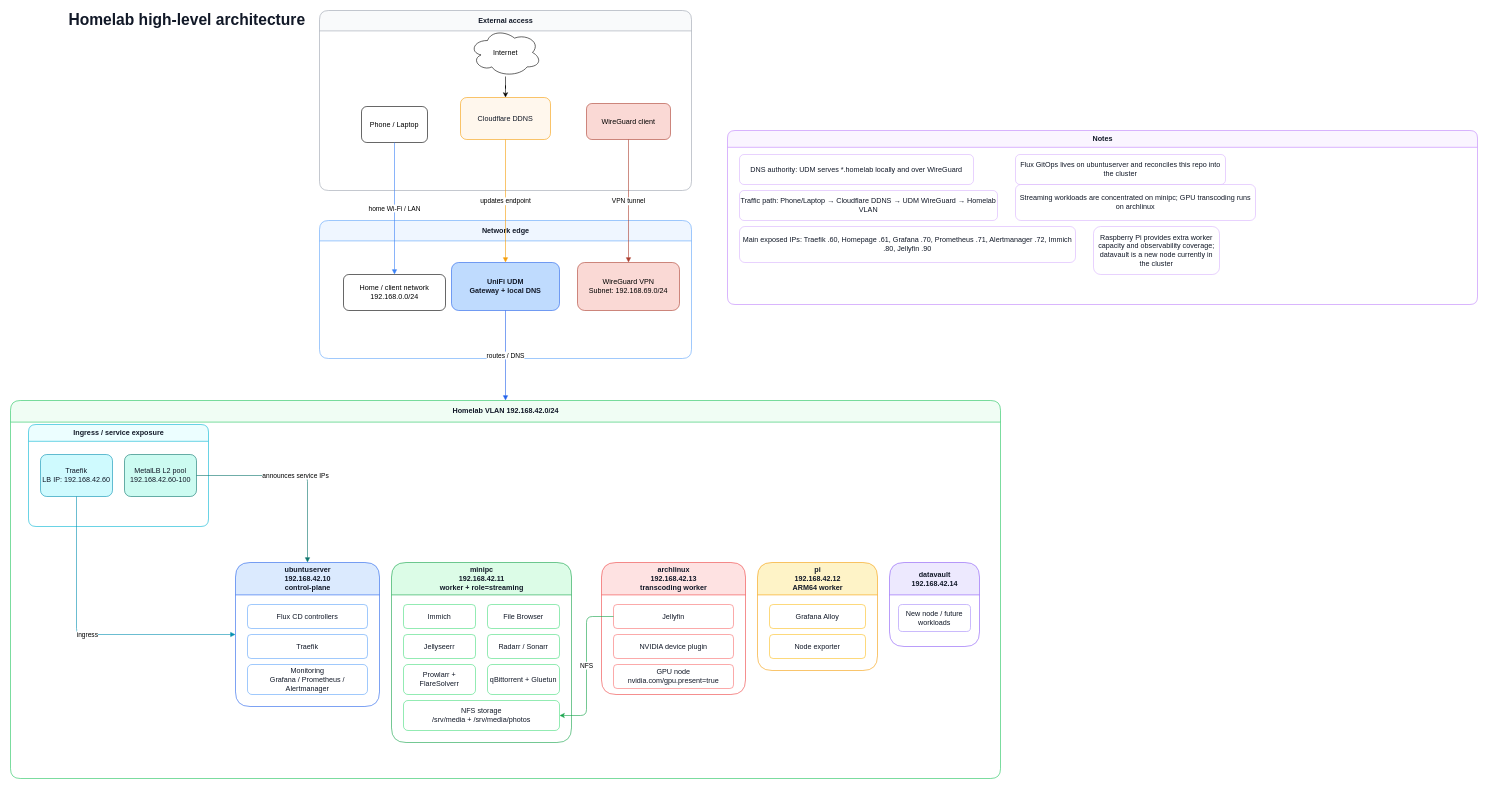
Above: docs/homelab-high-level-architecture.drawio in lamiphil/homelab (draw.io), before the change. Source tidied: cells renumbered, new cells numbered last; positions are measured from the earlier drawing's top-left corner, leaving out a move shared by most shapes. Both pictures are drawn from the tidied source at 60%, with x=0, y=0 at pixel (10, 10).
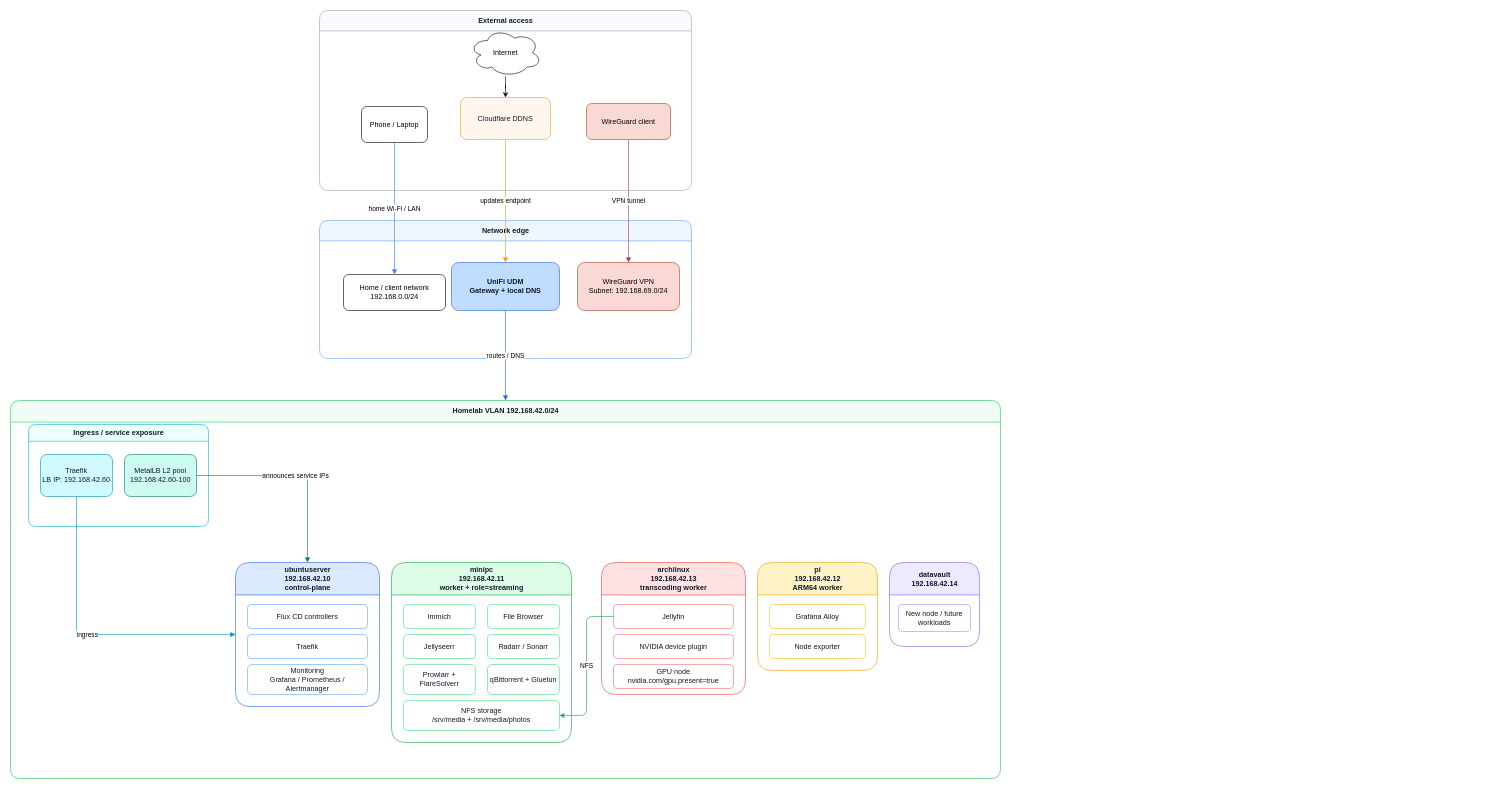
The same page after the edit.

Commit message (it also covers changes not shown here):
chore(docs): update cluster diagram

The edit, as a diff of the source:
```diff
@@
-    <mxCell id="2" value="Homelab high-level architecture" style="text;html=1;strokeColor=none;fillColor=none;align=left;verticalAlign=middle;fontSize=26;fontStyle=1;fontColor=#111827;" parent="1" vertex="1">
-      <mxGeometry x="95" width="430" height="30" as="geometry" />
-    </mxCell>
@@
-    <mxCell id="45" value="Notes" style="swimlane;startSize=28;rounded=1;html=1;horizontal=1;fillColor=#faf5ff;strokeColor=#c084fc;fontColor=#111827;" parent="1" vertex="1">
-      <mxGeometry x="1195" y="200" width="1250" height="290" as="geometry" />
-    </mxCell>
-    <mxCell id="46" value="DNS authority: UDM serves *.homelab locally and over WireGuard" style="rounded=1;whiteSpace=wrap;html=1;fillColor=#ffffff;strokeColor=#d8b4fe;fontColor=#111827;" parent="45" vertex="1">
-      <mxGeometry x="20" y="40" width="390" height="50" as="geometry" />
-    </mxCell>
-    <mxCell id="47" value="Traffic path: Phone/Laptop → Cloudflare DDNS → UDM WireGuard → Homelab VLAN" style="rounded=1;whiteSpace=wrap;html=1;fillColor=#ffffff;strokeColor=#d8b4fe;fontColor=#111827;" parent="45" vertex="1">
-      <mxGeometry x="20" y="100" width="430" height="50" as="geometry" />
-    </mxCell>
-    <mxCell id="48" value="Flux GitOps lives on ubuntuserver and reconciles this repo into the cluster" style="rounded=1;whiteSpace=wrap;html=1;fillColor=#ffffff;strokeColor=#d8b4fe;fontColor=#111827;" parent="45" vertex="1">
-      <mxGeometry x="480" y="40" width="350" height="50" as="geometry" />
-    </mxCell>
-    <mxCell id="49" value="Main exposed IPs: Traefik .60, Homepage .61, Grafana .70, Prometheus .71, Alertmanager .72, Immich .80, Jellyfin .90" style="rounded=1;whiteSpace=wrap;html=1;fillColor=#ffffff;strokeColor=#d8b4fe;fontColor=#111827;" parent="45" vertex="1">
-      <mxGeometry x="20" y="160" width="560" height="60" as="geometry" />
-    </mxCell>
-    <mxCell id="50" value="Streaming workloads are concentrated on minipc; GPU transcoding runs on archlinux" style="rounded=1;whiteSpace=wrap;html=1;fillColor=#ffffff;strokeColor=#d8b4fe;fontColor=#111827;" parent="45" vertex="1">
-      <mxGeometry x="480" y="90" width="400" height="60" as="geometry" />
-    </mxCell>
-    <mxCell id="51" value="Raspberry Pi provides extra worker capacity and observability coverage; datavault is a new node currently in the cluster" style="rounded=1;whiteSpace=wrap;html=1;fillColor=#ffffff;strokeColor=#d8b4fe;fontColor=#111827;" parent="45" vertex="1">
-      <mxGeometry x="610" y="160" width="210" height="80" as="geometry" />
-    </mxCell>
```
